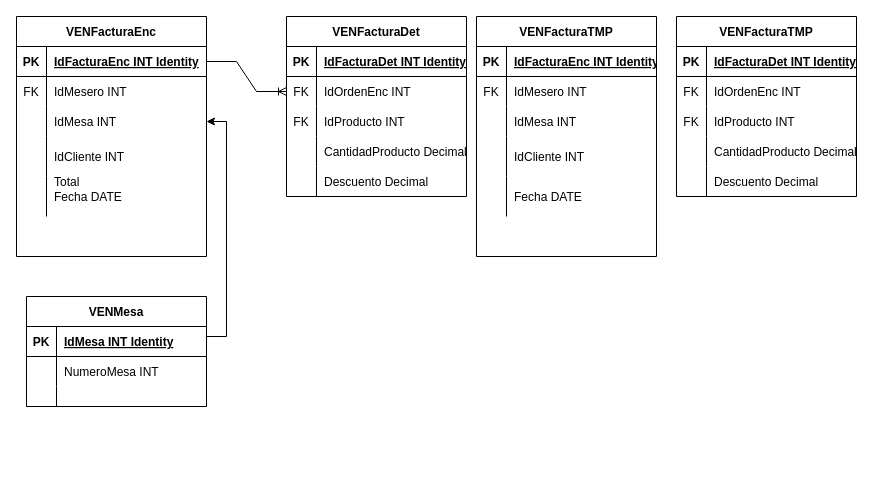
This is page "Ordenes" (2 of 3) of Diagrama sin título.drawio from xar16cr/BDSysVentas, a draw.io file, before an edit. Source tidied: cells renumbered, new cells numbered last; positions are measured from the earlier drawing's top-left corner, leaving out a move shared by most shapes. Both pictures are drawn from the tidied source at 100%, with x=0, y=0 at pixel (16, 16).
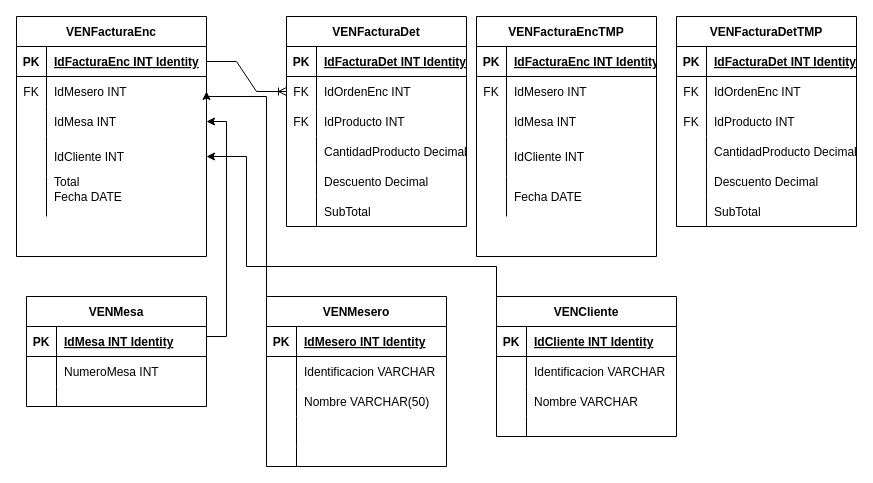
The same diagram, later.

Unchanged cells that the change refers to:
```xml
<mxCell id="6" style="shape=tableRow;horizontal=0;startSize=0;swimlaneHead=0;swimlaneBody=0;fillColor=none;points=[[0,0.5],[1,0.5]];portConstraint=eastwest;top=0;left=0;right=0;bottom=0;" parent="2" vertex="1">
  <mxGeometry y="60" width="190" height="30" as="geometry" />
</mxCell>
<mxCell id="12" style="shape=tableRow;horizontal=0;startSize=0;swimlaneHead=0;swimlaneBody=0;fillColor=none;points=[[0,0.5],[1,0.5]];portConstraint=eastwest;top=0;left=0;right=0;bottom=0;" parent="2" vertex="1">
  <mxGeometry y="120" width="190" height="40" as="geometry" />
</mxCell>
```

The edit, as a diff of the source:
```diff
@@
     <mxCell id="18" value="VENFacturaDet" style="shape=table;startSize=30;childLayout=tableLayout;rowLines=0;fontStyle=1;align=center;" parent="1" vertex="1">
-      <mxGeometry x="270" width="180" height="180" as="geometry" />
+      <mxGeometry x="270" width="180" height="210" as="geometry" />
     </mxCell>
@@
+    <mxCell id="79" style="shape=tableRow;horizontal=0;startSize=0;swimlaneHead=0;swimlaneBody=0;fillColor=none;top=0;left=0;right=0;bottom=0;" parent="18" vertex="1">
+      <mxGeometry y="180" width="180" height="30" as="geometry" />
+    </mxCell>
+    <mxCell id="80" style="shape=partialRectangle;fillColor=none;top=0;left=0;bottom=0;right=0;overflow=hidden;" parent="79" vertex="1">
+      <mxGeometry width="30" height="30" as="geometry" />
+    </mxCell>
+    <mxCell id="81" value="SubTotal" style="shape=partialRectangle;fillColor=none;top=0;left=0;bottom=0;right=0;align=left;spacingLeft=6;overflow=hidden;" parent="79" vertex="1">
+      <mxGeometry x="30" width="150" height="30" as="geometry" />
+    </mxCell>
@@
-    <mxCell id="47" value="VENFacturaTMP" style="shape=table;startSize=30;childLayout=tableLayout;rowLines=0;fontStyle=1;align=center;" parent="1" vertex="1">
+    <mxCell id="47" value="VENFacturaEncTMP" style="shape=table;startSize=30;childLayout=tableLayout;rowLines=0;fontStyle=1;align=center;" parent="1" vertex="1">
       <mxGeometry x="460" width="180" height="240" as="geometry" />
     </mxCell>
@@
-    <mxCell id="63" value="VENFacturaTMP" style="shape=table;startSize=30;childLayout=tableLayout;rowLines=0;fontStyle=1;align=center;" parent="1" vertex="1">
-      <mxGeometry x="660" width="180" height="180" as="geometry" />
+    <mxCell id="63" value="VENFacturaDetTMP" style="shape=table;startSize=30;childLayout=tableLayout;rowLines=0;fontStyle=1;align=center;" parent="1" vertex="1">
+      <mxGeometry x="660" width="180" height="210" as="geometry" />
     </mxCell>
@@
+    <mxCell id="82" style="shape=tableRow;horizontal=0;startSize=0;swimlaneHead=0;swimlaneBody=0;fillColor=none;top=0;left=0;right=0;bottom=0;" parent="63" vertex="1">
+      <mxGeometry y="180" width="180" height="30" as="geometry" />
+    </mxCell>
+    <mxCell id="83" style="shape=partialRectangle;fillColor=none;top=0;left=0;bottom=0;right=0;overflow=hidden;" parent="82" vertex="1">
+      <mxGeometry width="30" height="30" as="geometry" />
+    </mxCell>
+    <mxCell id="84" value="SubTotal" style="shape=partialRectangle;fillColor=none;top=0;left=0;bottom=0;right=0;align=left;spacingLeft=6;overflow=hidden;" parent="82" vertex="1">
+      <mxGeometry x="30" width="150" height="30" as="geometry" />
+    </mxCell>
+    <mxCell id="85" style="edgeStyle=orthogonalEdgeStyle;rounded=0;jettySize=auto;html=1;exitX=0;exitY=0;exitDx=0;exitDy=0;entryX=1;entryY=0.5;entryDx=0;entryDy=0;" parent="1" edge="1" source="86" target="6">
+      <mxGeometry relative="1" as="geometry">
+        <Array as="points">
+          <mxPoint x="250" y="80" />
+          <mxPoint x="190" y="80" />
+        </Array>
+      </mxGeometry>
+    </mxCell>
+    <mxCell id="86" value="VENMesero" style="shape=table;startSize=30;childLayout=tableLayout;rowLines=0;fontStyle=1;align=center;" parent="1" vertex="1">
+      <mxGeometry x="250" y="280" width="180" height="170" as="geometry" />
+    </mxCell>
+    <mxCell id="87" style="shape=tableRow;horizontal=0;startSize=0;swimlaneHead=0;swimlaneBody=0;fillColor=none;top=0;left=0;right=0;bottom=1;" parent="86" vertex="1">
+      <mxGeometry y="30" width="180" height="30" as="geometry" />
+    </mxCell>
+    <mxCell id="88" value="PK" style="shape=partialRectangle;fillColor=none;top=0;left=0;bottom=0;right=0;fontStyle=1;overflow=hidden;" parent="87" vertex="1">
+      <mxGeometry width="30" height="30" as="geometry" />
+    </mxCell>
+    <mxCell id="89" value="IdMesero INT Identity" style="shape=partialRectangle;fillColor=none;top=0;left=0;bottom=0;right=0;align=left;spacingLeft=6;fontStyle=5;overflow=hidden;" parent="87" vertex="1">
+      <mxGeometry x="30" width="150" height="30" as="geometry" />
+    </mxCell>
+    <mxCell id="90" style="shape=tableRow;horizontal=0;startSize=0;swimlaneHead=0;swimlaneBody=0;fillColor=none;top=0;left=0;right=0;bottom=0;" parent="86" vertex="1">
+      <mxGeometry y="60" width="180" height="30" as="geometry" />
+    </mxCell>
+    <mxCell id="91" style="shape=partialRectangle;fillColor=none;top=0;left=0;bottom=0;right=0;overflow=hidden;" parent="90" vertex="1">
+      <mxGeometry width="30" height="30" as="geometry" />
+    </mxCell>
+    <mxCell id="92" value="Identificacion VARCHAR" style="shape=partialRectangle;fillColor=none;top=0;left=0;bottom=0;right=0;align=left;spacingLeft=6;overflow=hidden;" parent="90" vertex="1">
+      <mxGeometry x="30" width="150" height="30" as="geometry" />
+    </mxCell>
+    <mxCell id="93" style="shape=tableRow;horizontal=0;startSize=0;swimlaneHead=0;swimlaneBody=0;fillColor=none;top=0;left=0;right=0;bottom=0;" parent="86" vertex="1">
+      <mxGeometry y="90" width="180" height="30" as="geometry" />
+    </mxCell>
+    <mxCell id="94" style="shape=partialRectangle;fillColor=none;top=0;left=0;bottom=0;right=0;overflow=hidden;" parent="93" vertex="1">
+      <mxGeometry width="30" height="30" as="geometry" />
+    </mxCell>
+    <mxCell id="95" value="Nombre VARCHAR(50)" style="shape=partialRectangle;fillColor=none;top=0;left=0;bottom=0;right=0;align=left;spacingLeft=6;overflow=hidden;" parent="93" vertex="1">
+      <mxGeometry x="30" width="150" height="30" as="geometry" />
+    </mxCell>
+    <mxCell id="96" style="shape=tableRow;horizontal=0;startSize=0;swimlaneHead=0;swimlaneBody=0;fillColor=none;top=0;left=0;right=0;bottom=0;" parent="86" vertex="1">
+      <mxGeometry y="120" width="180" height="30" as="geometry" />
+    </mxCell>
+    <mxCell id="97" style="shape=partialRectangle;fillColor=none;top=0;left=0;bottom=0;right=0;overflow=hidden;" parent="96" vertex="1">
+      <mxGeometry width="30" height="30" as="geometry" />
+    </mxCell>
+    <mxCell id="98" style="shape=partialRectangle;fillColor=none;top=0;left=0;bottom=0;right=0;align=left;spacingLeft=6;overflow=hidden;" parent="96" vertex="1">
+      <mxGeometry x="30" width="150" height="30" as="geometry" />
+    </mxCell>
+    <mxCell id="99" style="shape=tableRow;horizontal=0;startSize=0;swimlaneHead=0;swimlaneBody=0;fillColor=none;top=0;left=0;right=0;bottom=0;" parent="86" vertex="1">
+      <mxGeometry y="150" width="180" height="20" as="geometry" />
+    </mxCell>
+    <mxCell id="100" style="shape=partialRectangle;fillColor=none;top=0;left=0;bottom=0;right=0;overflow=hidden;" parent="99" vertex="1">
+      <mxGeometry width="30" height="20" as="geometry" />
+    </mxCell>
+    <mxCell id="101" style="shape=partialRectangle;fillColor=none;top=0;left=0;bottom=0;right=0;align=left;spacingLeft=6;overflow=hidden;" parent="99" vertex="1">
+      <mxGeometry x="30" width="150" height="20" as="geometry" />
+    </mxCell>
+    <mxCell id="102" value="VENCliente" style="shape=table;startSize=30;childLayout=tableLayout;rowLines=0;fontStyle=1;align=center;" parent="1" vertex="1">
+      <mxGeometry x="480" y="280" width="180" height="140" as="geometry" />
+    </mxCell>
+    <mxCell id="103" style="shape=tableRow;horizontal=0;startSize=0;swimlaneHead=0;swimlaneBody=0;fillColor=none;top=0;left=0;right=0;bottom=1;" parent="102" vertex="1">
+      <mxGeometry y="30" width="180" height="30" as="geometry" />
+    </mxCell>
+    <mxCell id="104" value="PK" style="shape=partialRectangle;fillColor=none;top=0;left=0;bottom=0;right=0;fontStyle=1;overflow=hidden;" parent="103" vertex="1">
+      <mxGeometry width="30" height="30" as="geometry" />
+    </mxCell>
+    <mxCell id="105" value="IdCliente INT Identity" style="shape=partialRectangle;fillColor=none;top=0;left=0;bottom=0;right=0;align=left;spacingLeft=6;fontStyle=5;overflow=hidden;" parent="103" vertex="1">
+      <mxGeometry x="30" width="150" height="30" as="geometry" />
+    </mxCell>
+    <mxCell id="106" style="shape=tableRow;horizontal=0;startSize=0;swimlaneHead=0;swimlaneBody=0;fillColor=none;points=[[0,0.5],[1,0.5]];portConstraint=eastwest;top=0;left=0;right=0;bottom=0;" parent="102" vertex="1">
+      <mxGeometry y="60" width="180" height="30" as="geometry" />
+    </mxCell>
+    <mxCell id="107" style="shape=partialRectangle;fillColor=none;top=0;left=0;bottom=0;right=0;overflow=hidden;" parent="106" vertex="1">
+      <mxGeometry width="30" height="30" as="geometry" />
+    </mxCell>
+    <mxCell id="108" value="Identificacion VARCHAR" style="shape=partialRectangle;fillColor=none;top=0;left=0;bottom=0;right=0;align=left;spacingLeft=6;overflow=hidden;" parent="106" vertex="1">
+      <mxGeometry x="30" width="150" height="30" as="geometry" />
+    </mxCell>
+    <mxCell id="109" style="shape=tableRow;horizontal=0;startSize=0;swimlaneHead=0;swimlaneBody=0;fillColor=none;top=0;left=0;right=0;bottom=0;" parent="102" vertex="1">
+      <mxGeometry y="90" width="180" height="30" as="geometry" />
+    </mxCell>
+    <mxCell id="110" style="shape=partialRectangle;fillColor=none;top=0;left=0;bottom=0;right=0;overflow=hidden;" parent="109" vertex="1">
+      <mxGeometry width="30" height="30" as="geometry" />
+    </mxCell>
+    <mxCell id="111" value="Nombre VARCHAR" style="shape=partialRectangle;fillColor=none;top=0;left=0;bottom=0;right=0;align=left;spacingLeft=6;overflow=hidden;" parent="109" vertex="1">
+      <mxGeometry x="30" width="150" height="30" as="geometry" />
+    </mxCell>
+    <mxCell id="112" style="shape=tableRow;horizontal=0;startSize=0;swimlaneHead=0;swimlaneBody=0;fillColor=none;top=0;left=0;right=0;bottom=0;" parent="102" vertex="1">
+      <mxGeometry y="120" width="180" height="20" as="geometry" />
+    </mxCell>
+    <mxCell id="113" style="shape=partialRectangle;fillColor=none;top=0;left=0;bottom=0;right=0;overflow=hidden;" parent="112" vertex="1">
+      <mxGeometry width="30" height="20" as="geometry" />
+    </mxCell>
+    <mxCell id="114" style="shape=partialRectangle;fillColor=none;top=0;left=0;bottom=0;right=0;align=left;spacingLeft=6;overflow=hidden;" parent="112" vertex="1">
+      <mxGeometry x="30" width="150" height="20" as="geometry" />
+    </mxCell>
+    <mxCell id="115" style="edgeStyle=orthogonalEdgeStyle;rounded=0;jettySize=auto;html=1;exitX=0;exitY=0.5;exitDx=0;exitDy=0;entryX=1;entryY=0.5;entryDx=0;entryDy=0;" parent="1" edge="1" source="106" target="12">
+      <mxGeometry relative="1" as="geometry">
+        <Array as="points">
+          <mxPoint x="480" y="250" />
+          <mxPoint x="230" y="250" />
+          <mxPoint x="230" y="140" />
+        </Array>
+      </mxGeometry>
+    </mxCell>
```
